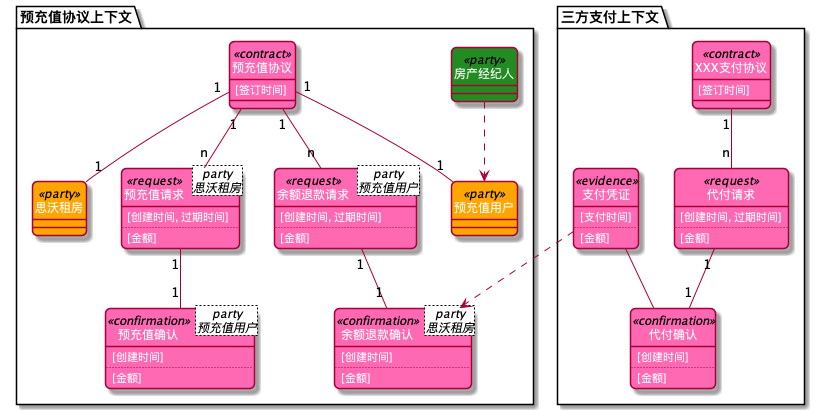
Above: 8x-flow2.png in behring/8x-flow-diagram (PlantUML), before the change.
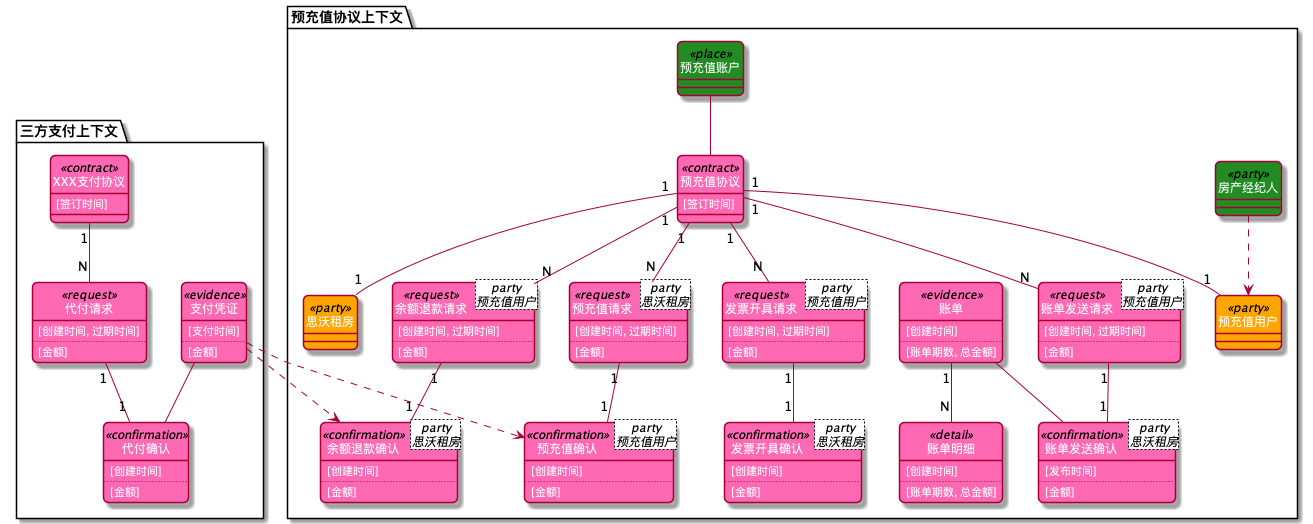
Later version of the same file.

Commit message:
添加详情detail图

Change to the diagram source:
```diff
@@ -6,6 +6,7 @@
 hide circle
             package <color:black>预充值协议上下文</color> {
                 class 房产经纪人
+class 预充值账户
 class 预充值协议
 class 预充值用户
 class 思沃租房
@@ -13,9 +14,19 @@
 class 预充值确认
 class 余额退款请求
 class 余额退款确认
+class 发票开具请求
+class 发票开具确认
+class 账单发送请求
+class 账单发送确认
+class 账单
+class 账单明细
 
             }
 class 房产经纪人 <<party>> #ForestGreen
+
+class 预充值账户 <<place>> #ForestGreen
+预充值账户  --  预充值协议
+
 
 class 预充值协议<<contract>> {
     [签订时间]
@@ -23,18 +34,18 @@
 
 }
 class 预充值用户 <<party>> #orange
-预充值协议 "1"--"1" 预充值用户
-房产经纪人 ..> 预充值用户
+预充值协议  "1" -- "1"  预充值用户
+房产经纪人  ..>  预充值用户
 class 思沃租房 <<party>> #orange
-预充值协议 "1"--"1" 思沃租房
-预充值协议 "1"--"n" 预充值请求
+预充值协议  "1" -- "1"  思沃租房
+预充值协议  "1" -- "N"  预充值请求
 
 class 预充值请求<party\n思沃租房><<request>> {
     [创建时间, 过期时间]
     ..
     [金额]
 }
-预充值请求 "1"--"1" 预充值确认
+预充值请求  "1" -- "1"  预充值确认
 
 class 预充值确认<party\n预充值用户><<confirmation>> {
     [创建时间]
@@ -42,20 +53,65 @@
     [金额]
 }
 
-预充值协议 "1"--"n" 余额退款请求
+预充值协议  "1" -- "N"  余额退款请求
 
 class 余额退款请求<party\n预充值用户><<request>> {
     [创建时间, 过期时间]
     ..
     [金额]
 }
-余额退款请求 "1"--"1" 余额退款确认
+余额退款请求  "1" -- "1"  余额退款确认
 
 class 余额退款确认<party\n思沃租房><<confirmation>> {
     [创建时间]
     ..
     [金额]
 }
+
+预充值协议  "1" -- "N"  发票开具请求
+
+class 发票开具请求<party\n预充值用户><<request>> {
+    [创建时间, 过期时间]
+    ..
+    [金额]
+}
+发票开具请求  "1" -- "1"  发票开具确认
+
+class 发票开具确认<party\n思沃租房><<confirmation>> {
+    [创建时间]
+    ..
+    [金额]
+}
+
+预充值协议  "1" -- "N"  账单发送请求
+
+class 账单发送请求<party\n预充值用户><<request>> {
+    [创建时间, 过期时间]
+    ..
+    [金额]
+}
+账单发送请求  "1" -- "1"  账单发送确认
+
+class 账单发送确认<party\n思沃租房><<confirmation>> {
+    [发布时间]
+    ..
+    [金额]
+}
+
+class 账单<<evidence>> {
+    [创建时间]
+    ..
+    [账单期数, 总金额]
+}
+
+class 账单明细<<detail>> {
+    [创建时间]
+    ..
+    [账单期数, 总金额]
+}
+账单  "1" -- "N"  账单明细
+
+账单  --  账单发送确认
 
             package <color:black>三方支付上下文</color> {
                 class XXX支付协议
@@ -70,14 +126,14 @@
 
 
 }
-XXX支付协议 "1"--"n" 代付请求
+XXX支付协议  "1" -- "N"  代付请求
 
 class 代付请求<<request>> {
     [创建时间, 过期时间]
     ..
     [金额]
 }
-代付请求 "1"--"1" 代付确认
+代付请求  "1" -- "1"  代付确认
 
 class 代付确认<<confirmation>> {
     [创建时间]
@@ -90,8 +146,9 @@
     ..
     [金额]
 }
-支付凭证 ..> 余额退款确认
+支付凭证  ..>  余额退款确认
+支付凭证  ..>  预充值确认
 
-支付凭证 -- 代付确认
+支付凭证  --  代付确认
 
 @enduml
```
